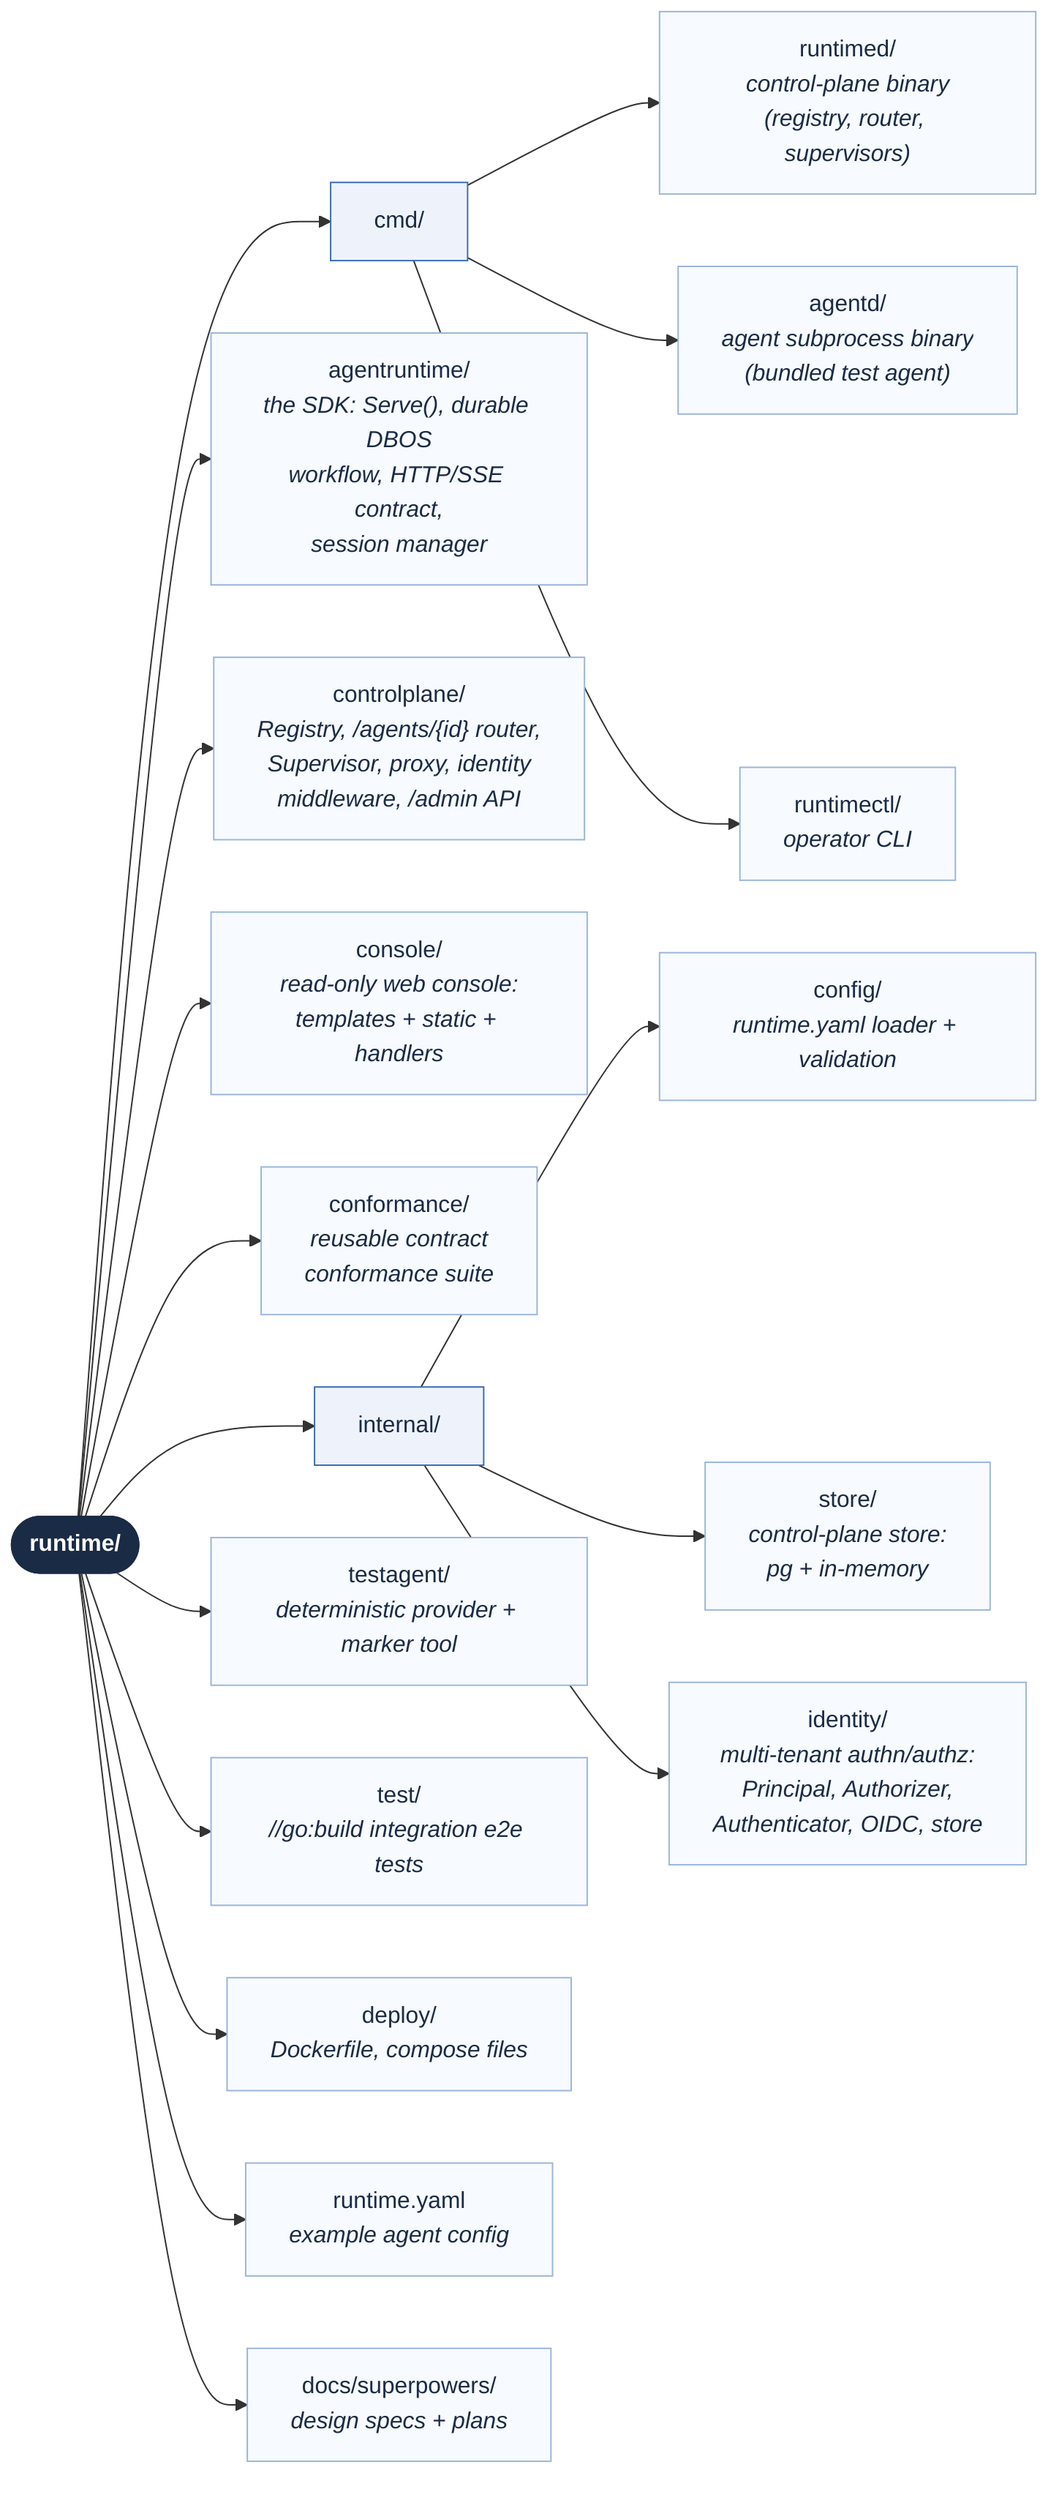
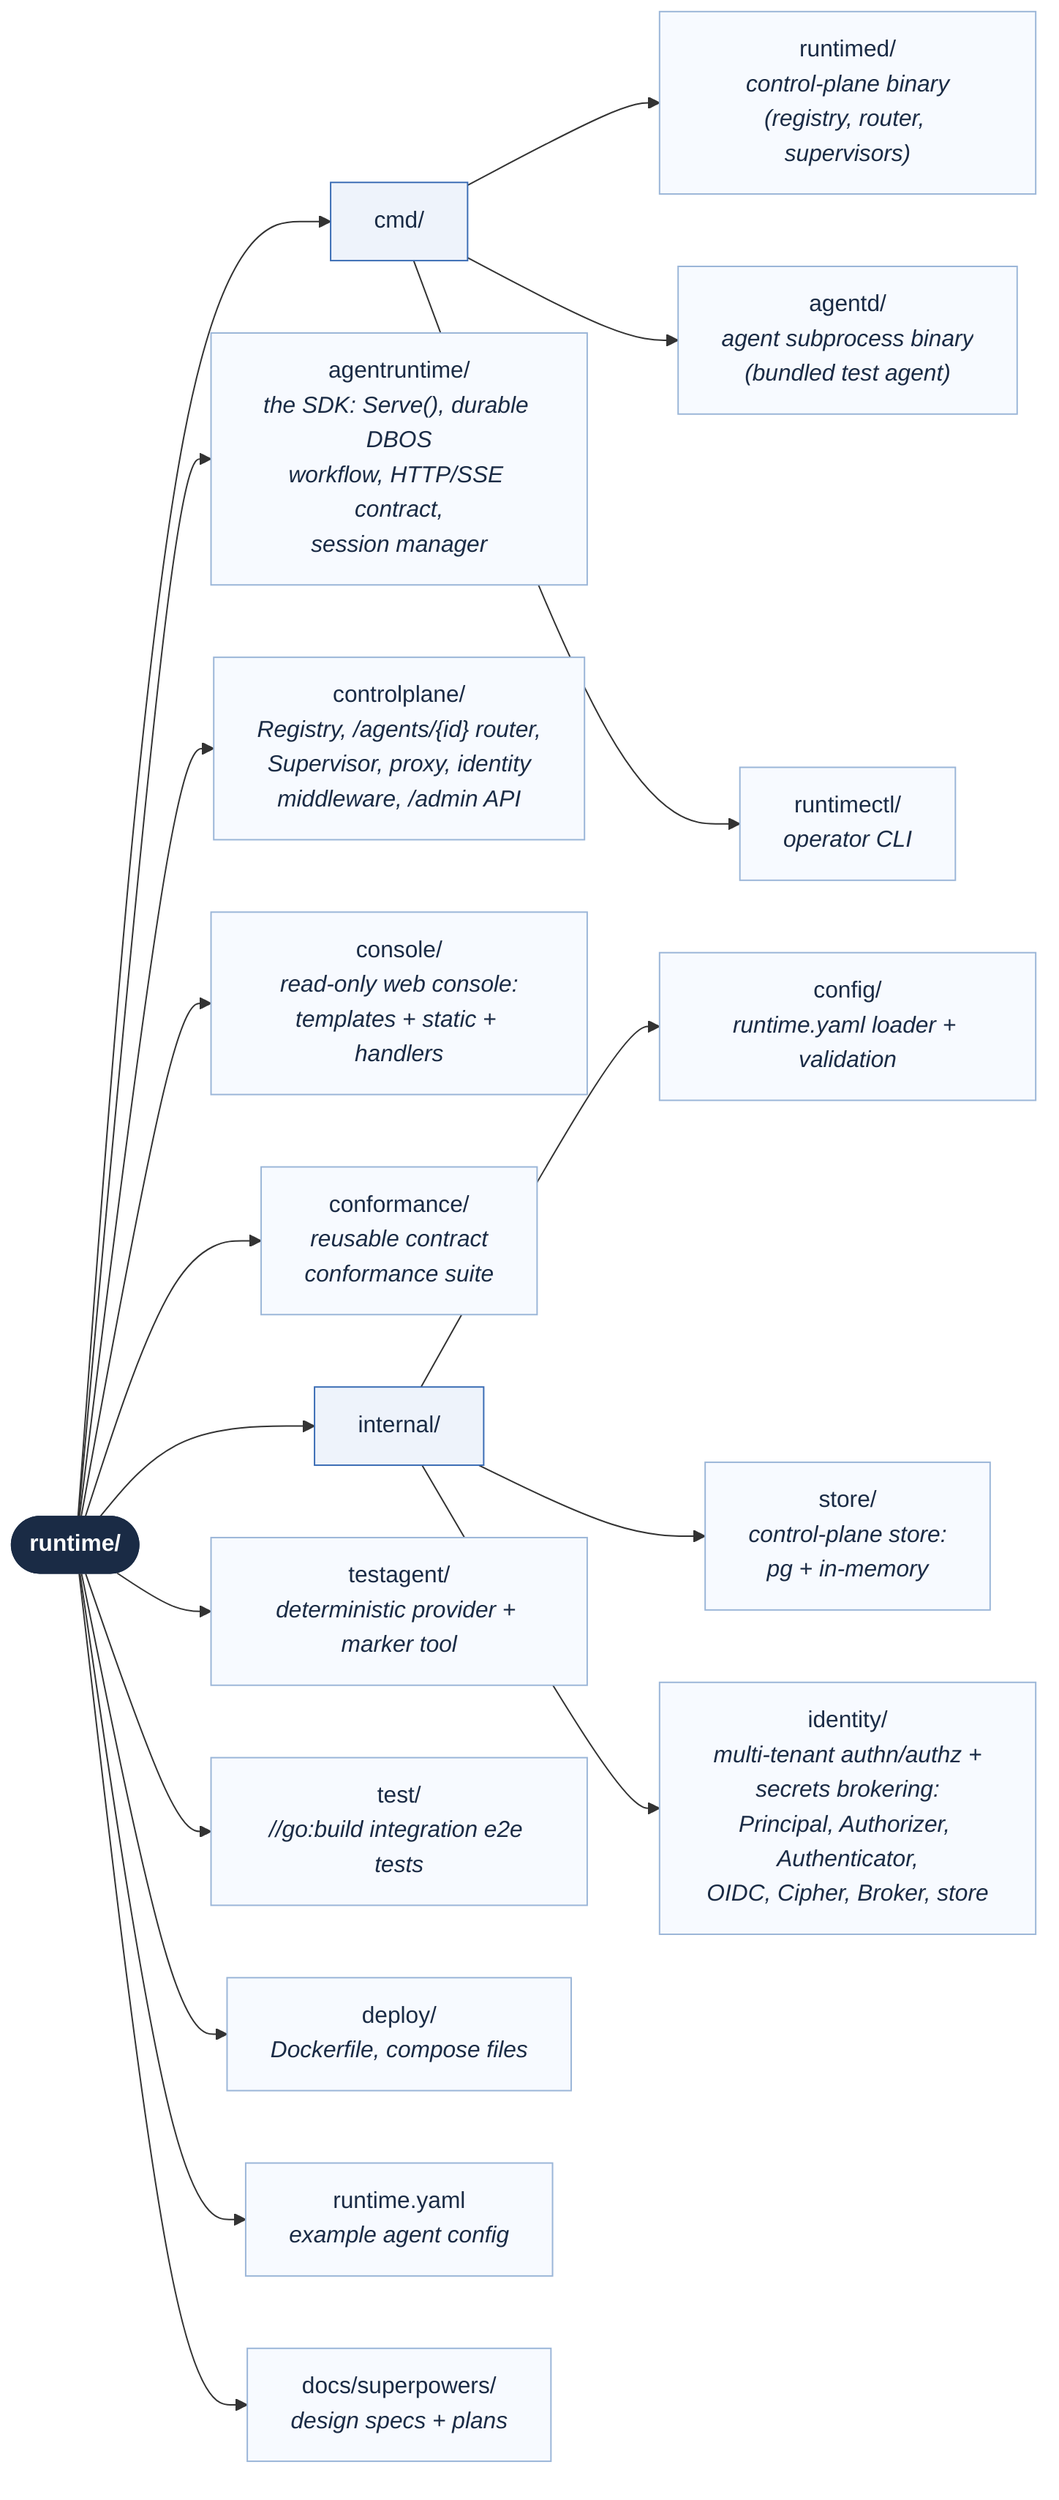
%% Runtime project layout (top-level packages and their responsibilities).
%% Render: mmdc -i project-layout.mmd -o project-layout.png -t neutral -b white -s 3
flowchart LR
    root(["runtime/"])

    cmd["cmd/"]
    runtimed_b["runtimed/<br/><i>control-plane binary<br/>(registry, router, supervisors)</i>"]
    agentd_b["agentd/<br/><i>agent subprocess binary<br/>(bundled test agent)</i>"]
    runtimectl_b["runtimectl/<br/><i>operator CLI</i>"]

    sdk["agentruntime/<br/><i>the SDK: Serve(), durable DBOS<br/>workflow, HTTP/SSE contract,<br/>session manager</i>"]
    ctrl["controlplane/<br/><i>Registry, /agents/{id} router,<br/>Supervisor, proxy, identity<br/>middleware, /admin API</i>"]
    console["console/<br/><i>read-only web console:<br/>templates + static + handlers</i>"]
    conf["conformance/<br/><i>reusable contract<br/>conformance suite</i>"]

    internal["internal/"]
    cfg["config/<br/><i>runtime.yaml loader + validation</i>"]
    store["store/<br/><i>control-plane store:<br/>pg + in-memory</i>"]
-     ident["identity/<br/><i>multi-tenant authn/authz:<br/>Principal, Authorizer,<br/>Authenticator, OIDC, store</i>"]
+     ident["identity/<br/><i>multi-tenant authn/authz +<br/>secrets brokering:<br/>Principal, Authorizer, Authenticator,<br/>OIDC, Cipher, Broker, store</i>"]

    testagent["testagent/<br/><i>deterministic provider + marker tool</i>"]
    test["test/<br/><i>//go:build integration e2e tests</i>"]
    deploy["deploy/<br/><i>Dockerfile, compose files</i>"]
    yaml["runtime.yaml<br/><i>example agent config</i>"]
    docs["docs/superpowers/<br/><i>design specs + plans</i>"]

    root --> cmd
    cmd --> runtimed_b
    cmd --> agentd_b
    cmd --> runtimectl_b
    root --> sdk
    root --> ctrl
    root --> console
    root --> conf
    root --> internal
    internal --> cfg
    internal --> store
    internal --> ident
    root --> testagent
    root --> test
    root --> deploy
    root --> yaml
    root --> docs

    classDef dir fill:#eef3fb,stroke:#3b6db5,stroke-width:1px,color:#1a2b45;
    classDef leaf fill:#f7faff,stroke:#9bb6d8,stroke-width:1px,color:#1a2b45;
    classDef rootNode fill:#1a2b45,stroke:#1a2b45,color:#ffffff,font-weight:bold;

    class root rootNode;
    class cmd,internal dir;
    class runtimed_b,agentd_b,runtimectl_b,sdk,ctrl,console,conf,cfg,store,ident,testagent,test,deploy,yaml,docs leaf;
